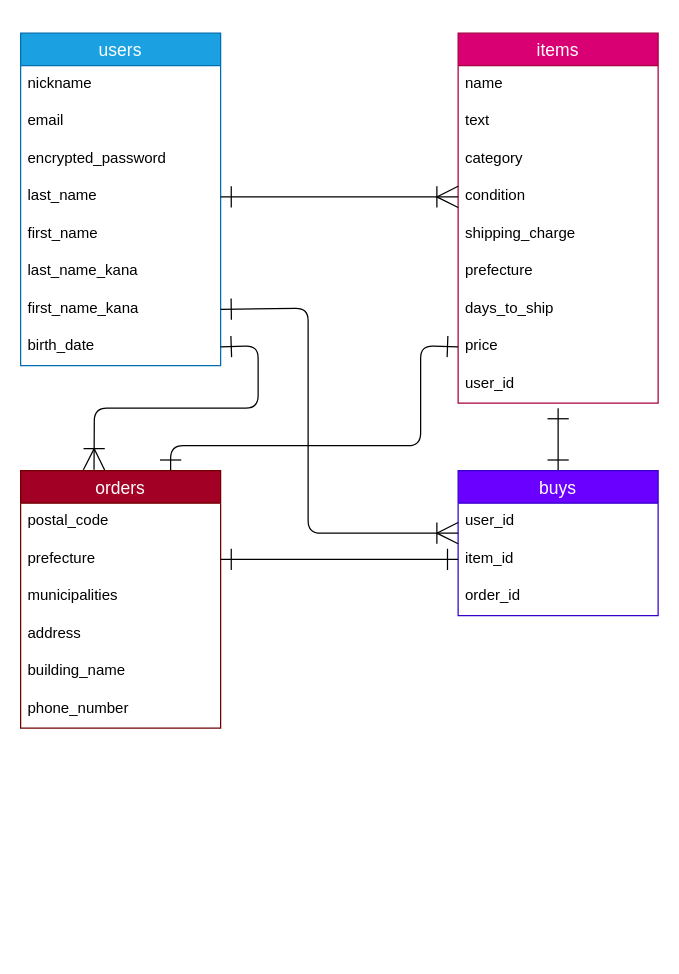
Above: furima.dio in foagura/furima-40405 (draw.io), before the change. Source tidied: cells renumbered, new cells numbered last; positions are measured from the earlier drawing's top-left corner, leaving out a move shared by most shapes. Both pictures are drawn from the tidied source at 125%, with x=0, y=0 at pixel (20, 32).
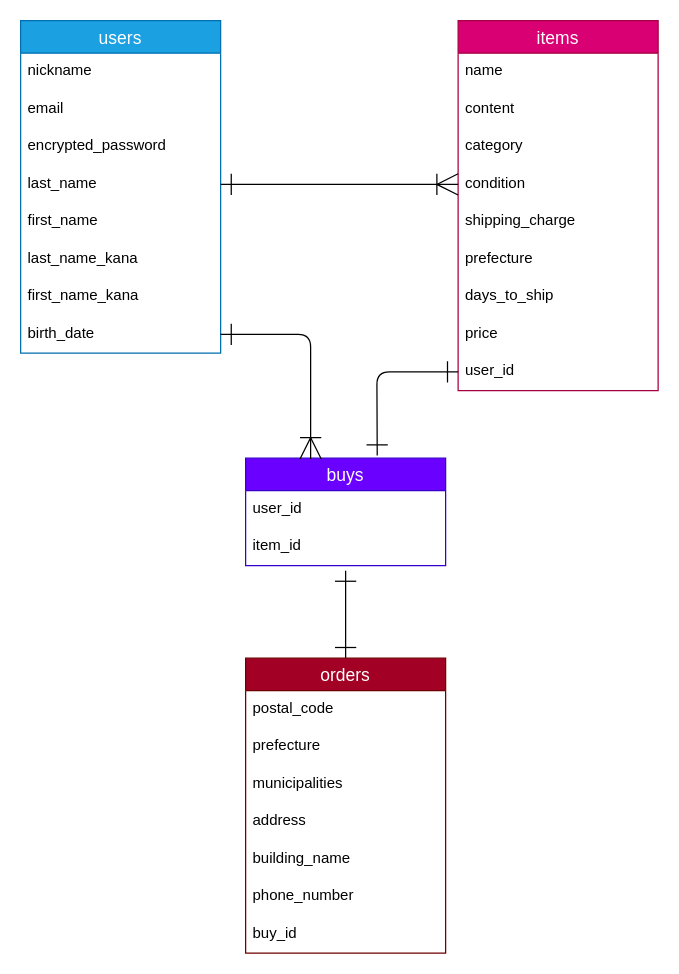
Above is the later version.

Commit message (it also covers changes not shown here):
再リクエスト後の修正

Unchanged cells that the change refers to:
```xml
<mxCell id="4" value="prefecture" style="text;strokeColor=none;fillColor=none;spacingLeft=4;spacingRight=4;overflow=hidden;points=[[0,0.5],[1,0.5]];portConstraint=eastwest;fontSize=12;" parent="2" vertex="1">
  <mxGeometry y="56" width="160" height="30" as="geometry" />
</mxCell>
<mxCell id="17" value="price" style="text;strokeColor=none;fillColor=none;spacingLeft=4;spacingRight=4;overflow=hidden;points=[[0,0.5],[1,0.5]];portConstraint=eastwest;fontSize=12;" parent="9" vertex="1">
  <mxGeometry y="236" width="160" height="30" as="geometry" />
</mxCell>
<mxCell id="18" value="user_id" style="text;strokeColor=none;fillColor=none;spacingLeft=4;spacingRight=4;overflow=hidden;points=[[0,0.5],[1,0.5]];portConstraint=eastwest;fontSize=12;" parent="9" vertex="1">
  <mxGeometry y="266" width="160" height="30" as="geometry" />
</mxCell>
<mxCell id="26" value="first_name_kana" style="text;strokeColor=none;fillColor=none;spacingLeft=4;spacingRight=4;overflow=hidden;points=[[0,0.5],[1,0.5]];portConstraint=eastwest;fontSize=12;" parent="19" vertex="1">
  <mxGeometry y="206" width="160" height="30" as="geometry" />
</mxCell>
<mxCell id="27" value="birth_date" style="text;strokeColor=none;fillColor=none;spacingLeft=4;spacingRight=4;overflow=hidden;points=[[0,0.5],[1,0.5]];portConstraint=eastwest;fontSize=12;" parent="19" vertex="1">
  <mxGeometry y="236" width="160" height="30" as="geometry" />
</mxCell>
<mxCell id="34" value="item_id" style="text;strokeColor=none;fillColor=none;spacingLeft=4;spacingRight=4;overflow=hidden;points=[[0,0.5],[1,0.5]];portConstraint=eastwest;fontSize=12;" parent="32" vertex="1">
  <mxGeometry y="56" width="160" height="30" as="geometry" />
</mxCell>
```

Diff of the diagram source:
```diff
@@
+    <mxCell id="38" style="edgeStyle=none;html=1;exitX=0.5;exitY=0;exitDx=0;exitDy=0;startArrow=ERone;startFill=0;endArrow=ERone;endFill=0;startSize=15;endSize=15;" parent="1" edge="1" source="2">
+      <mxGeometry relative="1" as="geometry">
+        <mxPoint x="260" y="430" as="targetPoint" />
+      </mxGeometry>
+    </mxCell>
     <mxCell id="2" value="orders" style="swimlane;fontStyle=0;horizontal=1;startSize=26;align=center;fontSize=14;fillColor=#a20025;fontColor=#ffffff;strokeColor=#6F0000;" parent="1" vertex="1">
-      <mxGeometry y="350" width="160" height="206" as="geometry" />
+      <mxGeometry x="180" y="500" width="160" height="236" as="geometry" />
     </mxCell>
@@
+    <mxCell id="39" value="buy_id" style="text;strokeColor=none;fillColor=none;spacingLeft=4;spacingRight=4;overflow=hidden;fontSize=12;" parent="2" vertex="1">
+      <mxGeometry y="206" width="160" height="30" as="geometry" />
+    </mxCell>
     <mxCell id="9" value="items" style="swimlane;fontStyle=0;horizontal=1;startSize=26;align=center;fontSize=14;fillColor=#d80073;fontColor=#ffffff;strokeColor=#A50040;" parent="1" vertex="1">
-      <mxGeometry x="350" width="160" height="296" as="geometry" />
+      <mxGeometry x="350" y="-10" width="160" height="296" as="geometry" />
     </mxCell>
@@
-    <mxCell id="11" value="text" style="text;strokeColor=none;fillColor=none;spacingLeft=4;spacingRight=4;overflow=hidden;fontSize=12;" parent="9" vertex="1">
+    <mxCell id="11" value="content" style="text;strokeColor=none;fillColor=none;spacingLeft=4;spacingRight=4;overflow=hidden;fontSize=12;" parent="9" vertex="1">
       <mxGeometry y="56" width="160" height="30" as="geometry" />
     </mxCell>
@@
     <mxCell id="19" value="users" style="swimlane;fontStyle=0;horizontal=1;startSize=26;align=center;fontSize=14;fillColor=#1ba1e2;fontColor=#ffffff;strokeColor=#006EAF;" parent="1" vertex="1">
-      <mxGeometry width="160" height="266" as="geometry" />
+      <mxGeometry y="-10" width="160" height="266" as="geometry" />
     </mxCell>
@@
-    <mxCell id="29" style="edgeStyle=none;html=1;exitX=1;exitY=0.5;exitDx=0;exitDy=0;entryX=0.367;entryY=-0.003;entryDx=0;entryDy=0;entryPerimeter=0;startArrow=ERone;startFill=0;endArrow=ERoneToMany;endFill=0;startSize=15;endSize=15;targetPerimeterSpacing=0;" parent="1" edge="1" source="27" target="2">
-      <mxGeometry relative="1" as="geometry">
-        <Array as="points">
-          <mxPoint x="190" y="250" />
-          <mxPoint x="190" y="300" />
-          <mxPoint x="59" y="300" />
-        </Array>
-      </mxGeometry>
-    </mxCell>
-    <mxCell id="30" style="edgeStyle=none;html=1;exitX=0;exitY=0.5;exitDx=0;exitDy=0;entryX=0.75;entryY=0;entryDx=0;entryDy=0;startArrow=ERone;startFill=0;endArrow=ERone;endFill=0;startSize=15;endSize=15;targetPerimeterSpacing=0;" parent="1" edge="1" source="17" target="2">
-      <mxGeometry relative="1" as="geometry">
-        <Array as="points">
-          <mxPoint x="320" y="250" />
-          <mxPoint x="320" y="290" />
-          <mxPoint x="320" y="330" />
-          <mxPoint x="210" y="330" />
-          <mxPoint x="120" y="330" />
-        </Array>
-      </mxGeometry>
-    </mxCell>
-    <mxCell id="31" style="edgeStyle=none;html=1;exitX=0.5;exitY=0;exitDx=0;exitDy=0;startArrow=ERone;startFill=0;endArrow=ERone;endFill=0;startSize=15;endSize=15;" parent="1" edge="1" source="32">
-      <mxGeometry relative="1" as="geometry">
-        <mxPoint x="430" y="300" as="targetPoint" />
-      </mxGeometry>
-    </mxCell>
     <mxCell id="32" value="buys" style="swimlane;fontStyle=0;horizontal=1;startSize=26;align=center;fontSize=14;fillColor=#6a00ff;fontColor=#ffffff;strokeColor=#3700CC;" parent="1" vertex="1">
-      <mxGeometry x="350" y="350" width="160" height="116" as="geometry" />
+      <mxGeometry x="180" y="340" width="160" height="86" as="geometry" />
     </mxCell>
@@
-    <mxCell id="35" value="order_id" style="text;strokeColor=none;fillColor=none;spacingLeft=4;spacingRight=4;overflow=hidden;fontSize=12;" parent="32" vertex="1">
-      <mxGeometry y="86" width="160" height="30" as="geometry" />
-    </mxCell>
-    <mxCell id="36" style="edgeStyle=none;html=1;exitX=1;exitY=0.5;exitDx=0;exitDy=0;endArrow=ERoneToMany;endFill=0;startArrow=ERone;startFill=0;endSize=15;startSize=15;" parent="1" edge="1" source="26">
-      <mxGeometry relative="1" as="geometry">
-        <mxPoint x="350" y="400" as="targetPoint" />
-        <Array as="points">
-          <mxPoint x="230" y="220" />
-          <mxPoint x="230" y="400" />
-        </Array>
-      </mxGeometry>
-    </mxCell>
-    <mxCell id="37" style="edgeStyle=none;html=1;exitX=0;exitY=0.5;exitDx=0;exitDy=0;entryX=1;entryY=0.5;entryDx=0;entryDy=0;startArrow=ERone;startFill=0;endArrow=ERone;endFill=0;startSize=15;endSize=15;" parent="1" edge="1" source="34" target="4">
-      <mxGeometry relative="1" as="geometry" />
-    </mxCell>
+    <mxCell id="40" style="edgeStyle=none;html=1;exitX=0;exitY=0.5;exitDx=0;exitDy=0;startArrow=ERone;startFill=0;endArrow=ERone;endFill=0;startSize=15;endSize=15;entryX=0.658;entryY=-0.025;entryDx=0;entryDy=0;entryPerimeter=0;" parent="1" edge="1" source="18" target="32">
+      <mxGeometry relative="1" as="geometry">
+        <Array as="points">
+          <mxPoint x="285" y="271" />
+        </Array>
+      </mxGeometry>
+    </mxCell>
+    <mxCell id="41" style="edgeStyle=none;html=1;exitX=1;exitY=0.5;exitDx=0;exitDy=0;startArrow=ERone;startFill=0;endArrow=ERoneToMany;endFill=0;startSize=15;endSize=15;entryX=0.325;entryY=0.008;entryDx=0;entryDy=0;entryPerimeter=0;" parent="1" edge="1" source="27" target="32">
+      <mxGeometry relative="1" as="geometry">
+        <Array as="points">
+          <mxPoint x="232" y="241" />
+        </Array>
+      </mxGeometry>
+    </mxCell>
```
